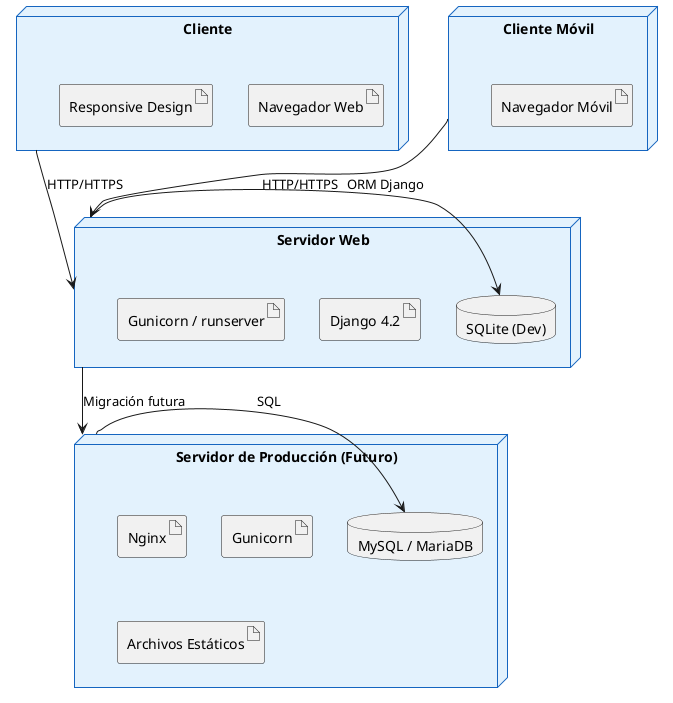
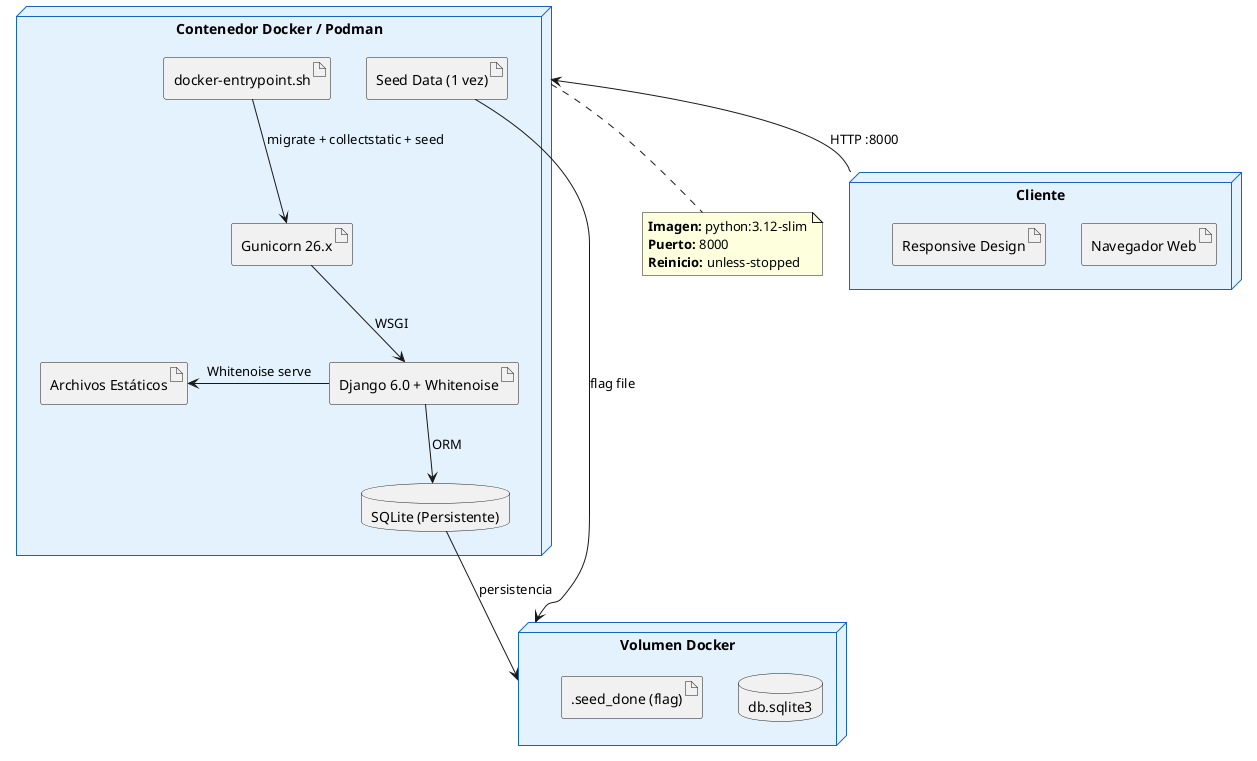
@startuml Diagrama de Nodos (Despliegue)

skinparam node {
  BackgroundColor #E3F2FD
  BorderColor #1565C0
}

node "Cliente" as client {
  artifact "Navegador Web" as browser
  artifact "Responsive Design" as responsive
}

- node "Servidor Web" as server {
-   artifact "Django 4.2" as django
-   artifact "Gunicorn / runserver" as wsgi
-   database "SQLite (Dev)" as sqlite
+ node "Contenedor Docker / Podman" as docker {
+   artifact "docker-entrypoint.sh" as entrypoint
+   artifact "Gunicorn 26.x" as gunicorn
+   artifact "Django 6.0 + Whitenoise" as django
+   database "SQLite (Persistente)" as sqlite
+   artifact "Archivos Estáticos" as static
+   artifact "Seed Data (1 vez)" as seed
}

- node "Servidor de Producción (Futuro)" as prod {
-   artifact "Nginx" as nginx
-   artifact "Gunicorn" as gunicorn
-   database "MySQL / MariaDB" as mysql
-   artifact "Archivos Estáticos" as static
+ node "Volumen Docker" as volume {
+   database "db.sqlite3" as db_file
+   artifact ".seed_done (flag)" as flag
}

- node "Cliente Móvil" as mobile {
-   artifact "Navegador Móvil" as mob_browser
- }
+ client -up-> docker : HTTP :8000
+ entrypoint -down-> gunicorn : migrate + collectstatic + seed
+ gunicorn -down-> django : WSGI
+ django -down-> sqlite : ORM
+ sqlite -down-> volume : persistencia
+ django -left-> static : Whitenoise serve
+ seed -right-> volume : flag file

- client -down-> server : HTTP/HTTPS
- mobile -down-> server : HTTP/HTTPS
- server -right-> sqlite : ORM Django
- server -down-> prod : Migración futura
- prod -right-> mysql : SQL
+ note bottom of docker
+   <b>Imagen:</b> python:3.12-slim
+   <b>Puerto:</b> 8000
+   <b>Reinicio:</b> unless-stopped
+ end note

@enduml
